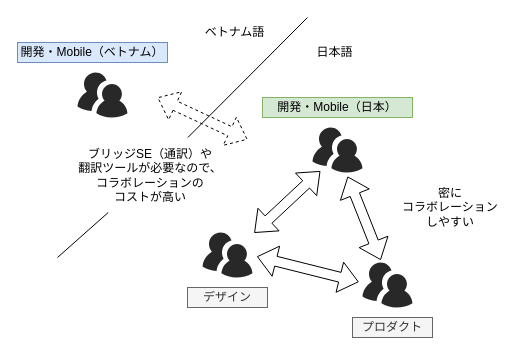
This is images/continuous-delivery-by-multinational-team/language-barrier.drawio from shotaIDE/zenn, a draw.io file, before an edit. Source tidied: cells renumbered, new cells numbered last; positions are measured from the earlier drawing's top-left corner, leaving out a move shared by most shapes. Both pictures are drawn from the tidied source at 100%, with x=0, y=0 at pixel (17, 17).
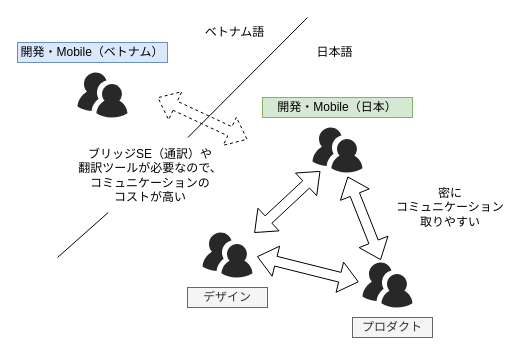
The same diagram, later.

Change to the diagram source:
```diff
@@
-    <mxCell id="17" value="密に&lt;br&gt;コラボレーション&lt;br&gt;しやすい" style="text;html=1;strokeColor=none;fillColor=none;align=center;verticalAlign=middle;whiteSpace=wrap;rounded=0;" parent="1" vertex="1">
+    <mxCell id="17" value="密に&lt;br&gt;コミュニケーション取りやすい" style="text;html=1;strokeColor=none;fillColor=none;align=center;verticalAlign=middle;whiteSpace=wrap;rounded=0;" parent="1" vertex="1">
       <mxGeometry x="375" y="165" width="116" height="50" as="geometry" />
     </mxCell>
@@
-    <mxCell id="19" value="ブリッジSE（通訳）や&lt;br&gt;翻訳ツールが必要なので、&lt;br&gt;コラボレーションの&lt;br&gt;コストが高い" style="text;html=1;strokeColor=none;fillColor=none;align=center;verticalAlign=middle;whiteSpace=wrap;rounded=0;" parent="1" vertex="1">
+    <mxCell id="19" value="ブリッジSE（通訳）や&lt;br&gt;翻訳ツールが必要なので、&lt;br&gt;コミュニケーションの&lt;br&gt;コストが高い" style="text;html=1;strokeColor=none;fillColor=none;align=center;verticalAlign=middle;whiteSpace=wrap;rounded=0;" parent="1" vertex="1">
       <mxGeometry x="60" y="120" width="146" height="75" as="geometry" />
     </mxCell>
```
